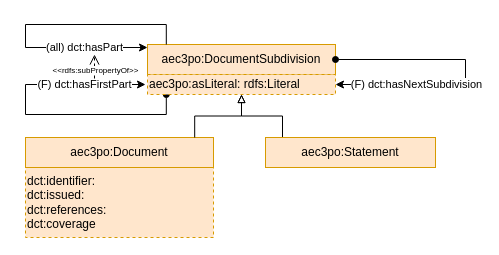
Above: page "document" (8 of 15) of resources/aec3po.drawio in Accord-Project/aec3po (draw.io), before the change. Source tidied: cells renumbered, new cells numbered last; positions are measured from the earlier drawing's top-left corner, leaving out a move shared by most shapes. Both pictures are drawn from the tidied source at 100%, with x=0, y=0 at pixel (25, 24).
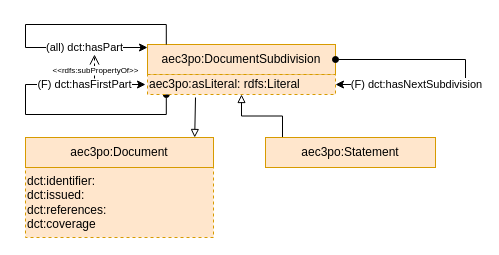
The same page after the edit.

Unchanged cells that the change refers to:
```xml
<mxCell id="6" value="aec3po:Document" style="rounded=0;whiteSpace=wrap;html=1;snapToPoint=1;points=[[0.1,0],[0.2,0],[0.3,0],[0.4,0],[0.5,0],[0.6,0],[0.7,0],[0.8,0],[0.9,0],[0,0.1],[0,0.3],[0,0.5],[0,0.7],[0,0.9],[0.1,1],[0.2,1],[0.3,1],[0.4,1],[0.5,1],[0.6,1],[0.7,1],[0.8,1],[0.9,1],[1,0.1],[1,0.3],[1,0.5],[1,0.7],[1,0.9]];shadow=0;strokeColor=#d79b00;fillColor=#ffe6cc;" parent="1" vertex="1">
  <mxGeometry y="113" width="188" height="30" as="geometry" />
</mxCell>
<mxCell id="10" value="aec3po:asLiteral: rdfs:Literal" style="rounded=0;whiteSpace=wrap;html=1;snapToPoint=1;points=[[0.1,0],[0.2,0],[0.3,0],[0.4,0],[0.5,0],[0.6,0],[0.7,0],[0.8,0],[0.9,0],[0,0.1],[0,0.3],[0,0.5],[0,0.7],[0,0.9],[0.1,1],[0.2,1],[0.3,1],[0.4,1],[0.5,1],[0.6,1],[0.7,1],[0.8,1],[0.9,1],[1,0.1],[1,0.3],[1,0.5],[1,0.7],[1,0.9]];dashed=1;shadow=0;strokeColor=#d79b00;fillColor=#ffe6cc;align=left;" parent="1" vertex="1">
  <mxGeometry x="122" y="50" width="188" height="20" as="geometry" />
</mxCell>
```

What changed in the source:
```diff
@@
-    <mxCell id="13" style="edgeStyle=orthogonalEdgeStyle;rounded=0;jettySize=auto;html=1;endArrow=block;endFill=0;exitX=0.9;exitY=0;exitDx=0;exitDy=0;entryX=0.5;entryY=1;entryDx=0;entryDy=0;" parent="1" edge="1" source="6" target="10">
-      <mxGeometry relative="1" as="geometry" />
+    <mxCell id="13" style="edgeStyle=orthogonalEdgeStyle;rounded=0;jettySize=auto;html=1;endArrow=block;endFill=0;exitX=0.9;exitY=0;exitDx=0;exitDy=0;" parent="1" edge="1" source="6">
+      <mxGeometry relative="1" as="geometry">
+        <mxPoint x="170" y="113" as="targetPoint" />
+      </mxGeometry>
     </mxCell>
+    <mxCell id="14" style="rounded=0;jettySize=auto;html=1;endArrow=block;endFill=0;entryX=0.9;entryY=0;entryDx=0;entryDy=0;" parent="1" edge="1" target="6">
+      <mxGeometry relative="1" as="geometry">
+        <mxPoint x="170" y="73" as="sourcePoint" />
+      </mxGeometry>
+    </mxCell>
```
